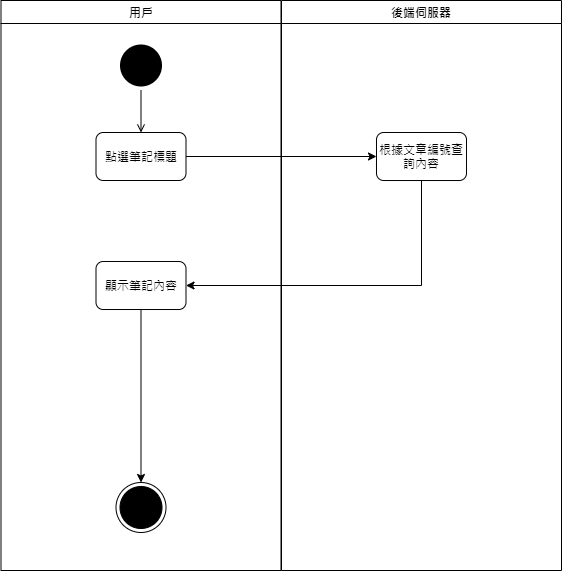
Earlier version of the draw.io export src/main/uml/note.png (10746010/Plearnet-back-end). Source tidied: cells renumbered, new cells last; positions are measured from the earlier drawing's top-left corner, leaving out a move shared by most shapes.
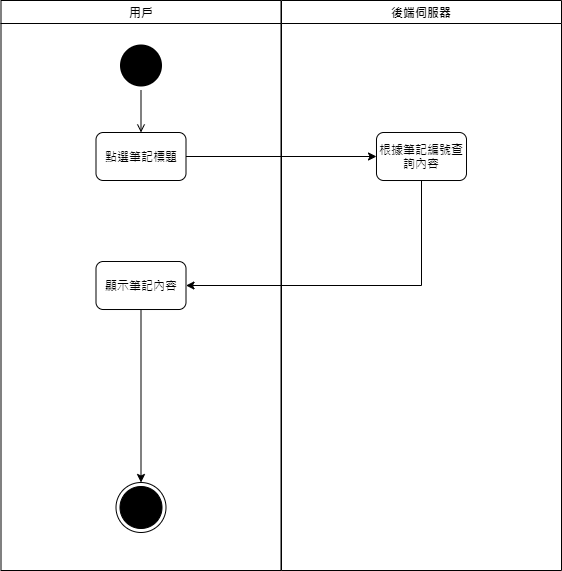
Above is the later version.

Commit message:
update note Activity diagram

Diff of the diagram source:
```diff
@@ -26,7 +26,7 @@
     <mxCell id="9" value="後端伺服器" style="swimlane;whiteSpace=wrap;" parent="1" vertex="1">
       <mxGeometry x="281" width="280" height="570" as="geometry" />
     </mxCell>
-    <mxCell id="10" value="根據文章編號查詢內容" style="rounded=1;whiteSpace=wrap;html=1;" parent="9" vertex="1">
+    <mxCell id="10" value="根據筆記編號查詢內容" style="rounded=1;whiteSpace=wrap;html=1;" parent="9" vertex="1">
       <mxGeometry x="95" y="132" width="90" height="48" as="geometry" />
     </mxCell>
     <mxCell id="11" style="edgeStyle=orthogonalEdgeStyle;rounded=0;jettySize=auto;html=1;entryX=0;entryY=0.5;entryDx=0;entryDy=0;" parent="1" edge="1" source="6" target="10">
```
